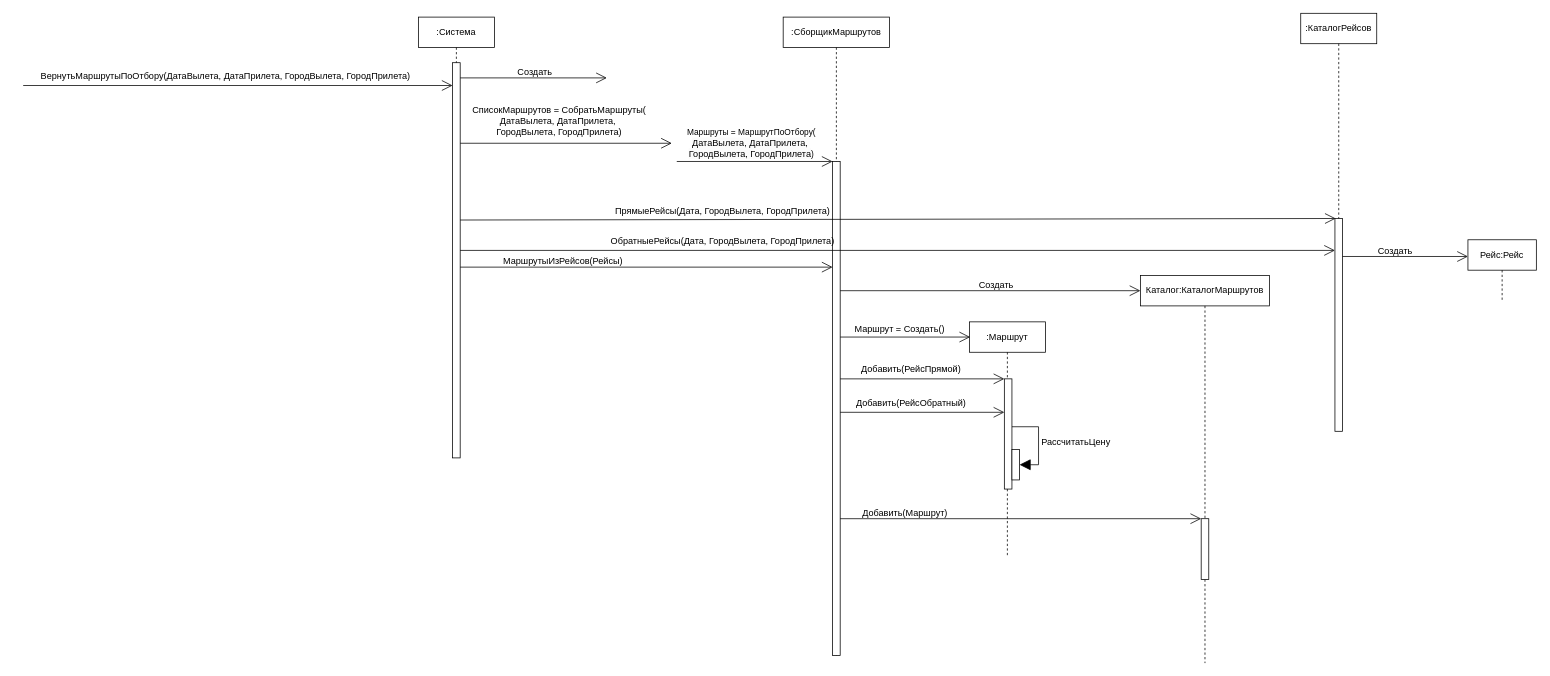
The draw.io diagram Диаграмма без названия.drawio in kapa16/ClearCode, before the edit. Source tidied: cells renumbered, new cells numbered last; positions are measured from the earlier drawing's top-left corner, leaving out a move shared by most shapes. Both pictures are drawn from the tidied source at 76%, with x=0, y=0 at pixel (23, 13).
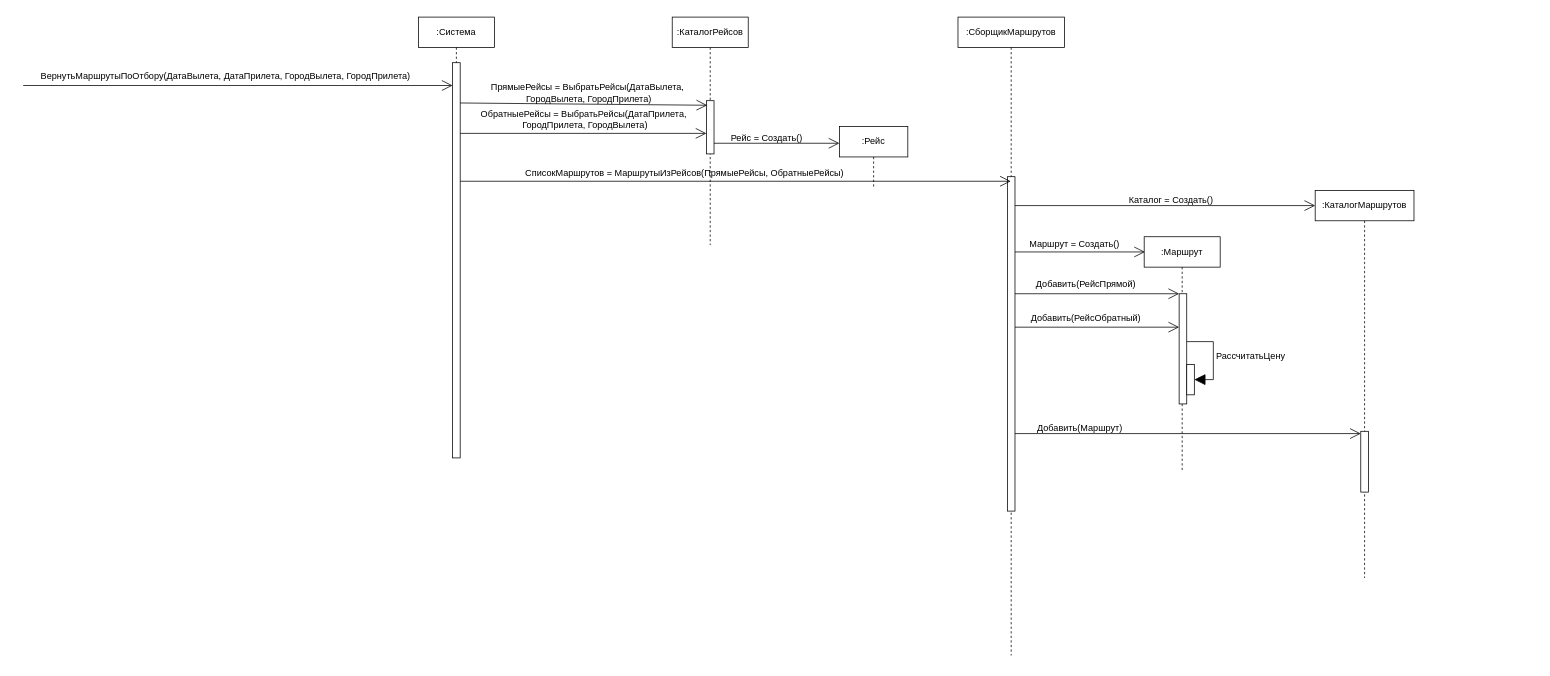
Above is the later version.

The change refers to these unchanged cells:
```xml
<mxCell id="3" style="html=1;points=[[0,0,0,0,5],[0,1,0,0,-5],[1,0,0,0,5],[1,1,0,0,-5]];perimeter=orthogonalPerimeter;outlineConnect=0;targetShapes=umlLifeline;portConstraint=eastwest;newEdgeStyle={&quot;curved&quot;:0,&quot;rounded&quot;:0};" parent="2" vertex="1">
  <mxGeometry x="45" y="60" width="10" height="520" as="geometry" />
</mxCell>
<mxCell id="15" style="html=1;points=[[0,0,0,0,5],[0,1,0,0,-5],[1,0,0,0,5],[1,1,0,0,-5]];perimeter=orthogonalPerimeter;outlineConnect=0;targetShapes=umlLifeline;portConstraint=eastwest;newEdgeStyle={&quot;curved&quot;:0,&quot;rounded&quot;:0};" parent="14" vertex="1">
  <mxGeometry x="46" y="75" width="10" height="145" as="geometry" />
</mxCell>
```

Change to the diagram source:
```diff
@@
-    <mxCell id="4" value="Каталог:КаталогМаршрутов" style="shape=umlLifeline;perimeter=lifelinePerimeter;whiteSpace=wrap;html=1;newEdgeStyle={&quot;curved&quot;:0,&quot;rounded&quot;:0};" parent="1" vertex="1">
-      <mxGeometry x="1470" y="345" width="170" height="510" as="geometry" />
+    <mxCell id="4" value=":КаталогМаршрутов" style="shape=umlLifeline;perimeter=lifelinePerimeter;whiteSpace=wrap;html=1;newEdgeStyle={&quot;curved&quot;:0,&quot;rounded&quot;:0};" parent="1" vertex="1">
+      <mxGeometry x="1700" y="233" width="130" height="510" as="geometry" />
     </mxCell>
-    <mxCell id="5" style="endArrow=open;endFill=1;endSize=12;html=1;rounded=0;" parent="1" edge="1" source="3">
-      <mxGeometry relative="1" as="geometry">
-        <mxPoint x="768" y="85" as="targetPoint" />
-      </mxGeometry>
-    </mxCell>
-    <mxCell id="6" value="Создать" style="text;html=1;align=center;verticalAlign=middle;strokeColor=none;fillColor=none;" parent="1" vertex="1">
-      <mxGeometry x="638" y="63" width="70" height="30" as="geometry" />
-    </mxCell>
-    <mxCell id="7" style="endArrow=open;endFill=1;endSize=12;html=1;rounded=0;" parent="1" edge="1" source="3">
-      <mxGeometry relative="1" as="geometry">
-        <mxPoint x="853.5" y="171" as="targetPoint" />
-      </mxGeometry>
-    </mxCell>
-    <mxCell id="8" value="СписокМаршрутов = СобратьМаршруты(&#10;ДатаВылета, ДатаПрилета, &#10;ГородВылета, ГородПрилета)" style="text;html=1;align=center;verticalAlign=middle;strokeColor=none;fillColor=none;" parent="1" vertex="1">
-      <mxGeometry x="580" y="112" width="250" height="60" as="geometry" />
-    </mxCell>
+    <mxCell id="38" style="html=1;points=[[0,0,0,0,5],[0,1,0,0,-5],[1,0,0,0,5],[1,1,0,0,-5]];perimeter=orthogonalPerimeter;outlineConnect=0;targetShapes=umlLifeline;portConstraint=eastwest;newEdgeStyle={&quot;curved&quot;:0,&quot;rounded&quot;:0};" parent="4" vertex="1">
+      <mxGeometry x="60" y="317" width="10" height="80" as="geometry" />
+    </mxCell>
     <mxCell id="9" value=":СборщикМаршрутов" style="shape=umlLifeline;perimeter=lifelinePerimeter;whiteSpace=wrap;html=1;newEdgeStyle={&quot;curved&quot;:0,&quot;rounded&quot;:0};" parent="1" vertex="1">
-      <mxGeometry x="1000" y="5" width="140" height="840" as="geometry" />
+      <mxGeometry x="1230" y="5" width="140" height="840" as="geometry" />
     </mxCell>
     <mxCell id="10" style="html=1;points=[[0,0,0,0,5],[0,1,0,0,-5],[1,0,0,0,5],[1,1,0,0,-5]];perimeter=orthogonalPerimeter;outlineConnect=0;targetShapes=umlLifeline;portConstraint=eastwest;newEdgeStyle={&quot;curved&quot;:0,&quot;rounded&quot;:0};" parent="9" vertex="1">
-      <mxGeometry x="65" y="190" width="10" height="650" as="geometry" />
+      <mxGeometry x="65" y="210" width="10" height="440" as="geometry" />
     </mxCell>
     <mxCell id="11" value=":КаталогРейсов" style="shape=umlLifeline;perimeter=lifelinePerimeter;whiteSpace=wrap;html=1;outlineConnect=0;portConstraint=eastwest;newEdgeStyle={&quot;curved&quot;:0,&quot;rounded&quot;:0};" parent="1" vertex="1">
-      <mxGeometry x="1681" width="100" height="300" as="geometry" />
+      <mxGeometry x="854" y="5" width="100" height="300" as="geometry" />
     </mxCell>
-    <mxCell id="12" style="endArrow=open;endFill=1;endSize=12;html=1;rounded=0;" parent="1" edge="1" target="10">
-      <mxGeometry relative="1" as="geometry">
-        <mxPoint x="860" y="195" as="sourcePoint" />
-      </mxGeometry>
-    </mxCell>
-    <mxCell id="13" value="Маршруты = МаршрутПоОтбору(&lt;div&gt;&lt;span style=&quot;background-color: rgb(251, 251, 251); font-size: 12px;&quot;&gt;ДатаВылета, ДатаПрилета,&amp;nbsp;&lt;br&gt;&lt;/span&gt;&lt;span style=&quot;background-color: rgb(251, 251, 251); font-size: 12px;&quot;&gt;ГородВылета, ГородПрилета&lt;/span&gt;)&lt;/div&gt;" style="edgeLabel;html=1;align=center;verticalAlign=middle;" parent="12" vertex="1">
-      <mxGeometry x="-0.7" y="1" relative="1" as="geometry">
-        <mxPoint x="66" y="-24" as="offset" />
-      </mxGeometry>
-    </mxCell>
     <mxCell id="14" value=":Маршрут" style="shape=umlLifeline;perimeter=lifelinePerimeter;whiteSpace=wrap;html=1;newEdgeStyle={&quot;curved&quot;:0,&quot;rounded&quot;:0};" parent="1" vertex="1">
-      <mxGeometry x="1245" y="406" width="100" height="310" as="geometry" />
+      <mxGeometry x="1475" y="294" width="100" height="310" as="geometry" />
     </mxCell>
@@
-    <mxCell id="18" style="endArrow=open;endFill=1;endSize=12;html=1;rounded=0;" parent="1" edge="1" source="10">
+    <mxCell id="18" style="endArrow=open;endFill=1;endSize=12;html=1;rounded=0;" parent="1" edge="1">
       <mxGeometry relative="1" as="geometry">
-        <mxPoint x="1246" y="426" as="targetPoint" />
+        <mxPoint x="1305" y="314" as="sourcePoint" />
+        <mxPoint x="1476" y="314" as="targetPoint" />
       </mxGeometry>
     </mxCell>
     <mxCell id="19" value="Маршрут = Создать()" style="text;html=1;align=center;verticalAlign=middle;strokeColor=none;fillColor=none;" parent="1" vertex="1">
-      <mxGeometry x="1083" y="401" width="140" height="30" as="geometry" />
+      <mxGeometry x="1313" y="289" width="140" height="30" as="geometry" />
     </mxCell>
     <mxCell id="20" style="html=1;points=[[0,0,0,0,5],[0,1,0,0,-5],[1,0,0,0,5],[1,1,0,0,-5]];perimeter=orthogonalPerimeter;outlineConnect=0;targetShapes=umlLifeline;portConstraint=eastwest;newEdgeStyle={&quot;curved&quot;:0,&quot;rounded&quot;:0};" parent="1" vertex="1">
-      <mxGeometry x="1726" y="270" width="10" height="280" as="geometry" />
+      <mxGeometry x="899" y="115" width="10" height="70" as="geometry" />
     </mxCell>
-    <mxCell id="21" style="endArrow=open;endFill=1;endSize=12;html=1;rounded=0;entryX=0.46;entryY=0.9;entryDx=0;entryDy=0;entryPerimeter=0;" parent="1" edge="1" target="11">
+    <mxCell id="21" style="endArrow=open;endFill=1;endSize=12;html=1;rounded=0;entryX=0.46;entryY=0.9;entryDx=0;entryDy=0;entryPerimeter=0;" parent="1" edge="1">
       <mxGeometry relative="1" as="geometry">
-        <mxPoint x="575" y="272" as="sourcePoint" />
+        <mxPoint x="575" y="118" as="sourcePoint" />
+        <mxPoint x="900" y="121" as="targetPoint" />
       </mxGeometry>
     </mxCell>
-    <mxCell id="22" value="ПрямыеРейсы(Дата, ГородВылета, ГородПрилета)" style="text;html=1;align=center;verticalAlign=middle;strokeColor=none;fillColor=none;" parent="1" vertex="1">
-      <mxGeometry x="765" y="245" width="310" height="30" as="geometry" />
+    <mxCell id="22" value="ПрямыеРейсы = ВыбратьРейсы(ДатаВылета,&amp;nbsp;&lt;div&gt;ГородВылета, ГородПрилета)&lt;/div&gt;" style="text;html=1;align=center;verticalAlign=middle;strokeColor=none;fillColor=none;" parent="1" vertex="1">
+      <mxGeometry x="604" y="85" width="280" height="40" as="geometry" />
     </mxCell>
@@
     <mxCell id="25" style="endArrow=open;endFill=1;endSize=12;html=1;rounded=0;strokeColor=default;align=center;verticalAlign=middle;fontFamily=Helvetica;fontSize=12;fontColor=default;labelBackgroundColor=default;" parent="1" edge="1">
       <mxGeometry relative="1" as="geometry">
-        <mxPoint x="575" y="334" as="sourcePoint" />
-        <mxPoint x="1065" y="334" as="targetPoint" />
+        <mxPoint x="575" y="221" as="sourcePoint" />
+        <mxPoint x="1299.5" y="221" as="targetPoint" />
       </mxGeometry>
     </mxCell>
-    <mxCell id="26" value="МаршрутыИзРейсов(Рейсы)" style="text;html=1;align=center;verticalAlign=middle;strokeColor=none;fillColor=none;fontFamily=Helvetica;fontSize=12;fontColor=default;" parent="1" vertex="1">
-      <mxGeometry x="620" y="311" width="180" height="30" as="geometry" />
+    <mxCell id="26" value="СписокМаршрутов = МаршрутыИзРейсов(ПрямыеРейсы, ОбратныеРейсы)" style="text;html=1;align=center;verticalAlign=middle;strokeColor=none;fillColor=none;fontFamily=Helvetica;fontSize=12;fontColor=default;" parent="1" vertex="1">
+      <mxGeometry x="650" y="195" width="440" height="30" as="geometry" />
     </mxCell>
-    <mxCell id="27" value="Рейс:Рейс" style="shape=umlLifeline;perimeter=lifelinePerimeter;whiteSpace=wrap;html=1;newEdgeStyle={&quot;curved&quot;:0,&quot;rounded&quot;:0};" parent="1" vertex="1">
-      <mxGeometry x="1901" y="298" width="90" height="82" as="geometry" />
+    <mxCell id="27" value=":Рейс" style="shape=umlLifeline;perimeter=lifelinePerimeter;whiteSpace=wrap;html=1;newEdgeStyle={&quot;curved&quot;:0,&quot;rounded&quot;:0};" parent="1" vertex="1">
+      <mxGeometry x="1074" y="149" width="90" height="82" as="geometry" />
     </mxCell>
-    <mxCell id="28" style="endArrow=open;endFill=1;endSize=12;html=1;rounded=0;strokeColor=default;align=center;verticalAlign=middle;fontFamily=Helvetica;fontSize=12;fontColor=default;labelBackgroundColor=default;" parent="1" edge="1" source="20">
+    <mxCell id="28" style="endArrow=open;endFill=1;endSize=12;html=1;rounded=0;strokeColor=default;align=center;verticalAlign=middle;fontFamily=Helvetica;fontSize=12;fontColor=default;labelBackgroundColor=default;" parent="1" edge="1">
       <mxGeometry relative="1" as="geometry">
-        <mxPoint x="1901" y="320" as="targetPoint" />
+        <mxPoint x="909" y="171" as="sourcePoint" />
+        <mxPoint x="1074" y="171" as="targetPoint" />
       </mxGeometry>
     </mxCell>
-    <mxCell id="29" value="Создать" style="text;html=1;align=center;verticalAlign=middle;strokeColor=none;fillColor=none;fontFamily=Helvetica;fontSize=12;fontColor=default;" parent="1" vertex="1">
-      <mxGeometry x="1770" y="298" width="70" height="30" as="geometry" />
+    <mxCell id="29" value="Рейс = Создать()" style="text;html=1;align=center;verticalAlign=middle;strokeColor=none;fillColor=none;fontFamily=Helvetica;fontSize=12;fontColor=default;" parent="1" vertex="1">
+      <mxGeometry x="918" y="149" width="120" height="30" as="geometry" />
     </mxCell>
     <mxCell id="30" style="endArrow=open;endFill=1;endSize=12;html=1;rounded=0;strokeColor=default;align=center;verticalAlign=middle;fontFamily=Helvetica;fontSize=12;fontColor=default;labelBackgroundColor=default;" parent="1" edge="1" target="15">
       <mxGeometry relative="1" as="geometry">
-        <mxPoint x="1075" y="481" as="sourcePoint" />
+        <mxPoint x="1305" y="369" as="sourcePoint" />
       </mxGeometry>
     </mxCell>
     <mxCell id="31" value="Добавить(РейсПрямой)" style="text;html=1;align=center;verticalAlign=middle;strokeColor=none;fillColor=none;fontFamily=Helvetica;fontSize=12;fontColor=default;" parent="1" vertex="1">
-      <mxGeometry x="1093" y="454" width="150" height="30" as="geometry" />
+      <mxGeometry x="1323" y="342" width="150" height="30" as="geometry" />
     </mxCell>
     <mxCell id="32" value="Добавить(РейсОбратный)" style="text;html=1;align=center;verticalAlign=middle;strokeColor=none;fillColor=none;fontFamily=Helvetica;fontSize=12;fontColor=default;" parent="1" vertex="1">
-      <mxGeometry x="1083" y="498" width="170" height="30" as="geometry" />
+      <mxGeometry x="1313" y="386" width="170" height="30" as="geometry" />
     </mxCell>
     <mxCell id="33" style="endArrow=open;endFill=1;endSize=12;html=1;rounded=0;strokeColor=default;align=center;verticalAlign=middle;fontFamily=Helvetica;fontSize=12;fontColor=default;labelBackgroundColor=default;" parent="1" edge="1" target="15">
       <mxGeometry relative="1" as="geometry">
-        <mxPoint x="1075" y="525" as="sourcePoint" />
+        <mxPoint x="1305" y="413" as="sourcePoint" />
       </mxGeometry>
     </mxCell>
-    <mxCell id="34" value="ОбратныеРейсы(Дата, ГородВылета, ГородПрилета)" style="text;html=1;align=center;verticalAlign=middle;strokeColor=none;fillColor=none;" parent="1" vertex="1">
-      <mxGeometry x="760" y="285" width="320" height="30" as="geometry" />
+    <mxCell id="34" value="ОбратныеРейсы = ВыбратьРейсы(ДатаПрилета,&amp;nbsp;&lt;br&gt;&lt;div&gt;&lt;span style=&quot;background-color: initial;&quot;&gt;ГородПрилета,&amp;nbsp;&lt;/span&gt;ГородВылета)&lt;/div&gt;" style="text;html=1;align=center;verticalAlign=middle;strokeColor=none;fillColor=none;" parent="1" vertex="1">
+      <mxGeometry x="589" y="120" width="300" height="40" as="geometry" />
     </mxCell>
-    <mxCell id="35" style="endArrow=open;endFill=1;endSize=12;html=1;rounded=0;" parent="1" edge="1" target="20">
+    <mxCell id="35" style="endArrow=open;endFill=1;endSize=12;html=1;rounded=0;" parent="1" edge="1">
       <mxGeometry relative="1" as="geometry">
-        <mxPoint x="575" y="312" as="sourcePoint" />
+        <mxPoint x="575" y="158" as="sourcePoint" />
+        <mxPoint x="899" y="158" as="targetPoint" />
       </mxGeometry>
     </mxCell>
-    <mxCell id="36" style="endArrow=open;endFill=1;endSize=12;html=1;rounded=0;strokeColor=default;align=center;verticalAlign=middle;fontFamily=Helvetica;fontSize=12;fontColor=default;labelBackgroundColor=default;" parent="1" edge="1" source="10">
+    <mxCell id="36" style="endArrow=open;endFill=1;endSize=12;html=1;rounded=0;strokeColor=default;align=center;verticalAlign=middle;fontFamily=Helvetica;fontSize=12;fontColor=default;labelBackgroundColor=default;" parent="1" edge="1">
       <mxGeometry relative="1" as="geometry">
-        <mxPoint x="1470" y="365" as="targetPoint" />
+        <mxPoint x="1305" y="253" as="sourcePoint" />
+        <mxPoint x="1700" y="253" as="targetPoint" />
       </mxGeometry>
     </mxCell>
-    <mxCell id="37" value="Создать" style="text;html=1;align=center;verticalAlign=middle;strokeColor=none;fillColor=none;fontFamily=Helvetica;fontSize=12;fontColor=default;" parent="1" vertex="1">
-      <mxGeometry x="1245" y="343" width="70" height="30" as="geometry" />
+    <mxCell id="37" value="Каталог = Создать()" style="text;html=1;align=center;verticalAlign=middle;strokeColor=none;fillColor=none;fontFamily=Helvetica;fontSize=12;fontColor=default;" parent="1" vertex="1">
+      <mxGeometry x="1445" y="231" width="130" height="30" as="geometry" />
     </mxCell>
-    <mxCell id="38" style="html=1;points=[[0,0,0,0,5],[0,1,0,0,-5],[1,0,0,0,5],[1,1,0,0,-5]];perimeter=orthogonalPerimeter;outlineConnect=0;targetShapes=umlLifeline;portConstraint=eastwest;newEdgeStyle={&quot;curved&quot;:0,&quot;rounded&quot;:0};" parent="1" vertex="1">
-      <mxGeometry x="1550" y="665" width="10" height="80" as="geometry" />
-    </mxCell>
-    <mxCell id="39" style="endArrow=open;endFill=1;endSize=12;html=1;rounded=0;strokeColor=default;align=center;verticalAlign=middle;fontFamily=Helvetica;fontSize=12;fontColor=default;labelBackgroundColor=default;" parent="1" edge="1" source="10" target="38">
-      <mxGeometry relative="1" as="geometry" />
+    <mxCell id="39" style="endArrow=open;endFill=1;endSize=12;html=1;rounded=0;strokeColor=default;align=center;verticalAlign=middle;fontFamily=Helvetica;fontSize=12;fontColor=default;labelBackgroundColor=default;" parent="1" edge="1" target="38">
+      <mxGeometry relative="1" as="geometry">
+        <mxPoint x="1305" y="553" as="sourcePoint" />
+      </mxGeometry>
     </mxCell>
     <mxCell id="40" value="Добавить(Маршрут)" style="text;html=1;align=center;verticalAlign=middle;strokeColor=none;fillColor=none;fontFamily=Helvetica;fontSize=12;fontColor=default;" parent="1" vertex="1">
-      <mxGeometry x="1090" y="643" width="140" height="30" as="geometry" />
+      <mxGeometry x="1320" y="531" width="140" height="30" as="geometry" />
     </mxCell>
```
